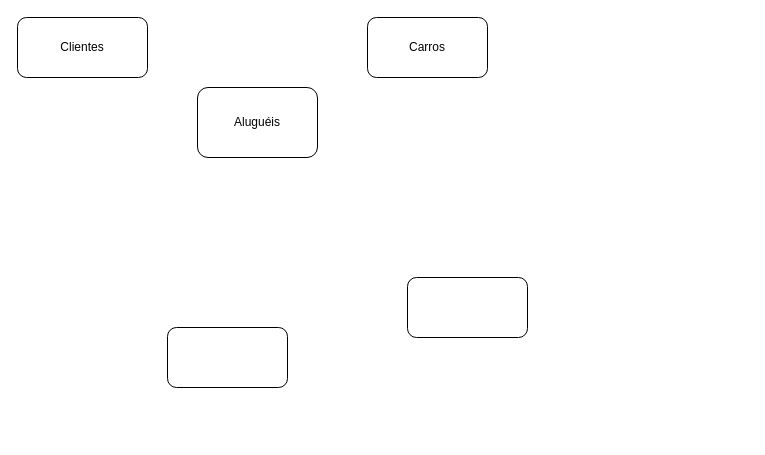
Above: Diagrama sem nome.drawio in SalvadorL420/SalvadorL420 (draw.io), before the change. Source tidied: cells renumbered, new cells numbered last; positions are measured from the earlier drawing's top-left corner, leaving out a move shared by most shapes. Both pictures are drawn from the tidied source at 100%, with x=0, y=0 at pixel (17, 17).
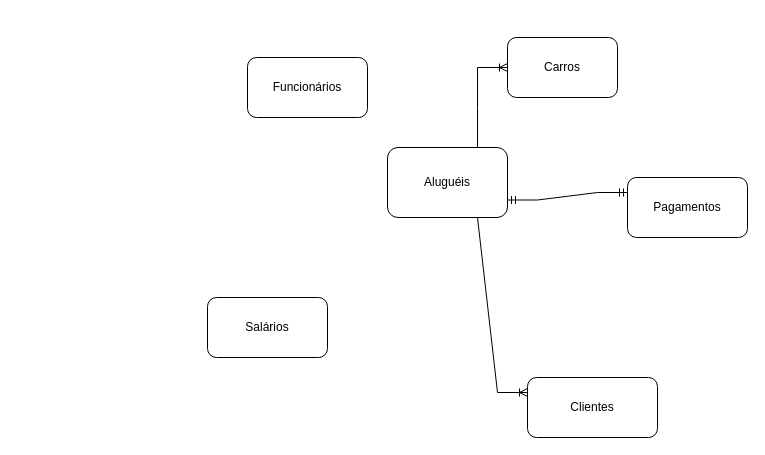
Above is the later version.

What changed in the source:
```diff
@@
 <mxGraphModel>
   <root>
     <mxCell id="0" />
     <mxCell id="1" parent="0" />
     <mxCell id="2" value="Aluguéis" style="rounded=1;whiteSpace=wrap;html=1;" parent="1" vertex="1">
-      <mxGeometry x="180" y="70" width="120" height="70" as="geometry" />
+      <mxGeometry x="370" y="130" width="120" height="70" as="geometry" />
     </mxCell>
-    <mxCell id="3" style="rounded=1;whiteSpace=wrap;html=1;" parent="1" vertex="1">
-      <mxGeometry x="390" y="260" width="120" height="60" as="geometry" />
+    <mxCell id="3" value="Pagamentos" style="rounded=1;whiteSpace=wrap;html=1;" parent="1" vertex="1">
+      <mxGeometry x="610" y="160" width="120" height="60" as="geometry" />
     </mxCell>
-    <mxCell id="4" style="rounded=1;whiteSpace=wrap;html=1;" parent="1" vertex="1">
-      <mxGeometry x="150" y="310" width="120" height="60" as="geometry" />
+    <mxCell id="4" value="Funcionários" style="rounded=1;whiteSpace=wrap;html=1;" parent="1" vertex="1">
+      <mxGeometry x="230" y="40" width="120" height="60" as="geometry" />
     </mxCell>
     <mxCell id="5" value="Carros" style="rounded=1;whiteSpace=wrap;html=1;" parent="1" vertex="1">
-      <mxGeometry x="350" width="120" height="60" as="geometry" />
+      <mxGeometry x="490" y="20" width="110" height="60" as="geometry" />
     </mxCell>
     <mxCell id="6" value="Clientes" style="rounded=1;whiteSpace=wrap;html=1;" parent="1" vertex="1">
-      <mxGeometry width="130" height="60" as="geometry" />
+      <mxGeometry x="510" y="360" width="130" height="60" as="geometry" />
     </mxCell>
+    <mxCell id="7" style="edgeStyle=entityRelationEdgeStyle;fontSize=12;html=1;endArrow=ERoneToMany;rounded=0;exitX=0.5;exitY=0;exitDx=0;exitDy=0;entryX=0;entryY=0.5;entryDx=0;entryDy=0;" parent="1" edge="1" source="2" target="5">
+      <mxGeometry relative="1" as="geometry">
+        <Array as="points">
+          <mxPoint x="284" y="130" />
+          <mxPoint x="320" y="130" />
+          <mxPoint x="400" y="140" />
+          <mxPoint x="470" y="130" />
+          <mxPoint x="274" y="130" />
+        </Array>
+      </mxGeometry>
+    </mxCell>
+    <mxCell id="8" value="Salários" style="rounded=1;whiteSpace=wrap;html=1;" parent="1" vertex="1">
+      <mxGeometry x="190" y="280" width="120" height="60" as="geometry" />
+    </mxCell>
+    <mxCell id="9" style="edgeStyle=entityRelationEdgeStyle;fontSize=12;html=1;endArrow=ERmandOne;startArrow=ERmandOne;rounded=0;exitX=1;exitY=0.75;exitDx=0;exitDy=0;entryX=0;entryY=0.25;entryDx=0;entryDy=0;" parent="1" edge="1" source="2" target="3">
+      <mxGeometry relative="1" as="geometry" />
+    </mxCell>
+    <mxCell id="10" style="edgeStyle=entityRelationEdgeStyle;fontSize=12;html=1;endArrow=ERoneToMany;rounded=0;entryX=0;entryY=0.25;entryDx=0;entryDy=0;exitX=0.5;exitY=1;exitDx=0;exitDy=0;" parent="1" edge="1" source="2" target="6">
+      <mxGeometry relative="1" as="geometry" />
+    </mxCell>
   </root>
 </mxGraphModel>
```
